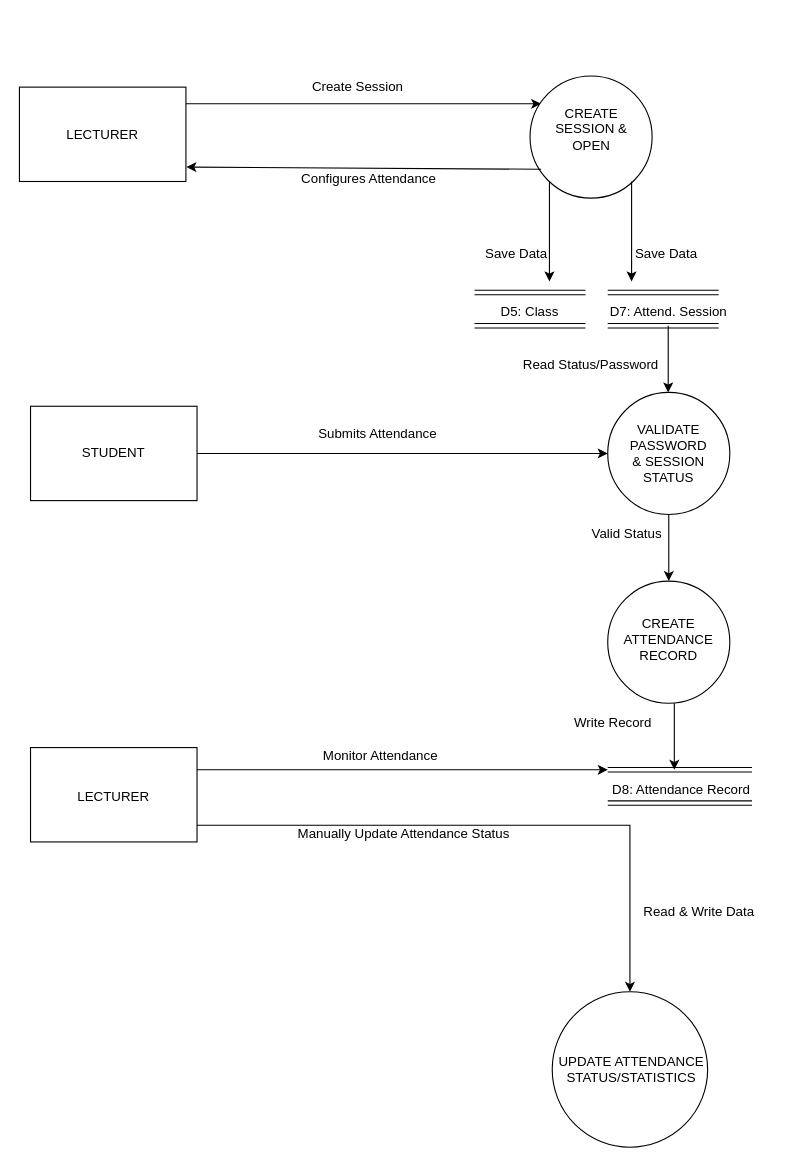
Earlier version of the draw.io diagram level1.drawio (Corn-2ki6/Student-Attendance-SYS). Source tidied: cells renumbered, new cells numbered last; positions are measured from the earlier drawing's top-left corner, leaving out a move shared by most shapes. Both pictures are drawn from the tidied source at 111%, with x=0, y=0 at pixel (19, 70).
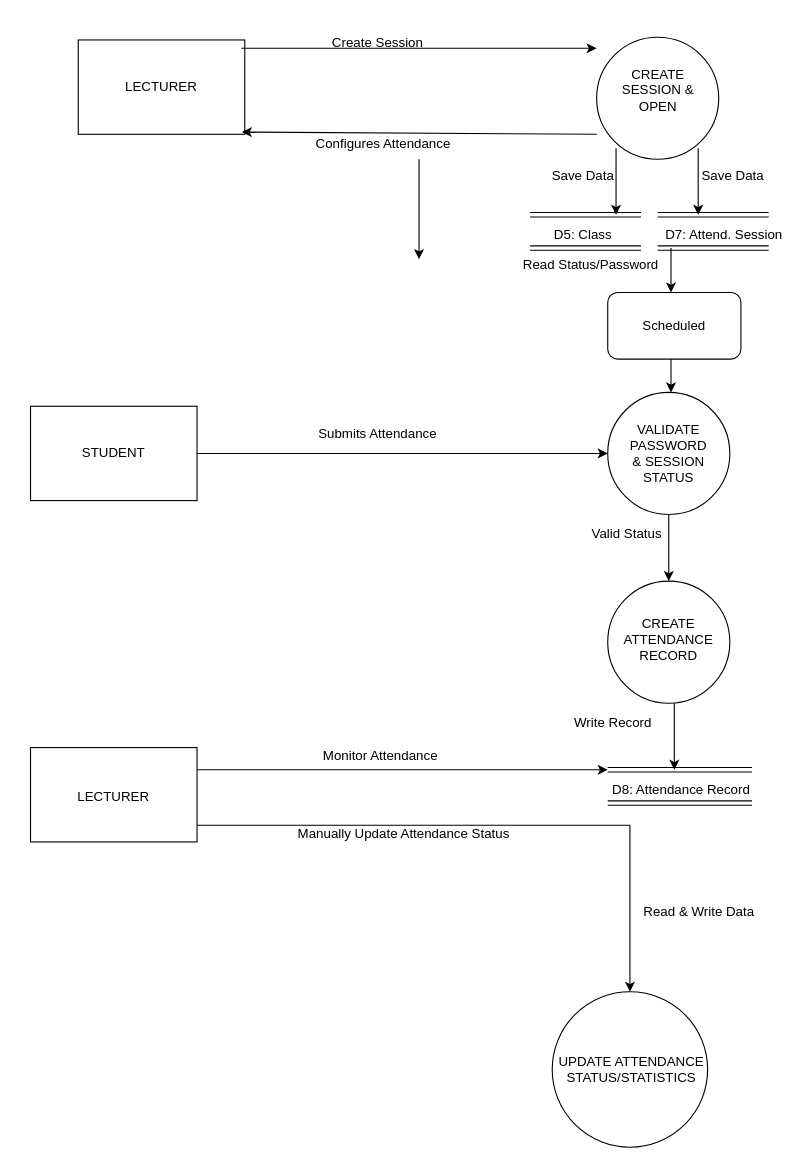
Above is the later version.

Commit message:
Cập nhật level1.drawio

What changed in the source:
```diff
@@
     <mxCell id="3" style="rounded=0;whiteSpace=wrap;html=1;" parent="1" vertex="1">
-      <mxGeometry y="15" width="150" height="85" as="geometry" />
+      <mxGeometry x="53" y="-27.5" width="150" height="85" as="geometry" />
     </mxCell>
     <mxCell id="4" value="LECTURER" style="text;html=1;whiteSpace=wrap;strokeColor=none;fillColor=none;align=center;verticalAlign=middle;rounded=0;" parent="1" vertex="1">
-      <mxGeometry x="45" y="42.5" width="60" height="30" as="geometry" />
+      <mxGeometry x="98" width="60" height="30" as="geometry" />
     </mxCell>
     <mxCell id="5" style="endArrow=classic;html=1;rounded=0;" parent="1" edge="1">
       <mxGeometry relative="1" as="geometry">
-        <mxPoint x="150" y="30" as="sourcePoint" />
-        <mxPoint x="470" y="30" as="targetPoint" />
+        <mxPoint x="200" y="-20" as="sourcePoint" />
+        <mxPoint x="520" y="-20" as="targetPoint" />
       </mxGeometry>
     </mxCell>
@@
     <mxCell id="7" value="&lt;br&gt; Create Session&lt;div&gt;&lt;br/&gt;&lt;/div&gt;" style="text;html=1;whiteSpace=wrap;strokeColor=none;fillColor=none;align=center;verticalAlign=middle;rounded=0;" parent="1" vertex="1">
-      <mxGeometry x="220" width="170" height="30" as="geometry" />
+      <mxGeometry x="238" y="-40" width="170" height="30" as="geometry" />
     </mxCell>
@@
     <mxCell id="9" style="ellipse;whiteSpace=wrap;html=1;shapeInside=1;" parent="1" vertex="1">
-      <mxGeometry x="460" y="5" width="110" height="110" as="geometry" />
+      <mxGeometry x="520" y="-30" width="110" height="110" as="geometry" />
     </mxCell>
-    <mxCell id="10" style="endArrow=classic;html=1;rounded=0;entryX=1.003;entryY=0.847;entryDx=0;entryDy=0;entryPerimeter=0;" parent="1" edge="1" target="3">
+    <mxCell id="10" style="endArrow=classic;html=1;rounded=0;entryX=1.003;entryY=0.847;entryDx=0;entryDy=0;entryPerimeter=0;" parent="1" edge="1">
       <mxGeometry relative="1" as="geometry">
-        <mxPoint x="470" y="89" as="sourcePoint" />
+        <mxPoint x="520" y="57.5" as="sourcePoint" />
+        <mxPoint x="200.4" y="55.5" as="targetPoint" />
       </mxGeometry>
     </mxCell>
     <mxCell id="11" value="&#10;Configures Attendance&#10;&#10;" style="text;html=1;whiteSpace=wrap;strokeColor=none;fillColor=none;align=center;verticalAlign=middle;rounded=0;" parent="1" vertex="1">
-      <mxGeometry x="240" y="90" width="150" height="30" as="geometry" />
+      <mxGeometry x="253" y="57.5" width="150" height="30" as="geometry" />
     </mxCell>
     <mxCell id="12" value="&#10;CREATE SESSION &amp;amp; OPEN&#10;&#10;" style="text;html=1;whiteSpace=wrap;strokeColor=none;fillColor=none;align=center;verticalAlign=middle;rounded=0;" parent="1" vertex="1">
-      <mxGeometry x="477.5" y="45" width="75" height="30" as="geometry" />
+      <mxGeometry x="537.5" y="10" width="75" height="30" as="geometry" />
     </mxCell>
     <mxCell id="13" style="endArrow=classic;html=1;rounded=0;exitX=0.5;exitY=1;exitDx=0;exitDy=0;" parent="1" edge="1">
       <mxGeometry relative="1" as="geometry">
-        <mxPoint x="477.5" y="100" as="sourcePoint" />
-        <mxPoint x="477.5" y="190" as="targetPoint" />
+        <mxPoint x="360" y="80" as="sourcePoint" />
+        <mxPoint x="360" y="170" as="targetPoint" />
       </mxGeometry>
     </mxCell>
-    <mxCell id="14" style="endArrow=classic;html=1;rounded=0;exitX=0.5;exitY=1;exitDx=0;exitDy=0;" parent="1" edge="1">
+    <mxCell id="14" style="endArrow=classic;html=1;rounded=0;" parent="1" edge="1">
       <mxGeometry relative="1" as="geometry">
-        <mxPoint x="551.5" y="100" as="sourcePoint" />
-        <mxPoint x="551.5" y="190" as="targetPoint" />
+        <mxPoint x="587" y="250" as="sourcePoint" />
+        <mxPoint x="587" y="290" as="targetPoint" />
       </mxGeometry>
     </mxCell>
     <mxCell id="15" style="shape=link;html=1;rounded=0;" parent="1" edge="1">
       <mxGeometry relative="1" as="geometry">
-        <mxPoint x="410" y="200" as="sourcePoint" />
-        <mxPoint x="510" y="200" as="targetPoint" />
+        <mxPoint x="460" y="130" as="sourcePoint" />
+        <mxPoint x="560" y="130" as="targetPoint" />
       </mxGeometry>
     </mxCell>
     <mxCell id="16" style="shape=link;html=1;rounded=0;" parent="1" edge="1">
       <mxGeometry relative="1" as="geometry">
-        <mxPoint x="530" y="200" as="sourcePoint" />
-        <mxPoint x="630" y="200" as="targetPoint" />
+        <mxPoint x="575" y="130" as="sourcePoint" />
+        <mxPoint x="675" y="130" as="targetPoint" />
       </mxGeometry>
     </mxCell>
     <mxCell id="17" style="shape=link;html=1;rounded=0;" parent="1" edge="1">
       <mxGeometry relative="1" as="geometry">
-        <mxPoint x="530" y="230" as="sourcePoint" />
-        <mxPoint x="630" y="230" as="targetPoint" />
+        <mxPoint x="575" y="160" as="sourcePoint" />
+        <mxPoint x="675" y="160" as="targetPoint" />
       </mxGeometry>
     </mxCell>
     <mxCell id="18" style="shape=link;html=1;rounded=0;" parent="1" edge="1">
       <mxGeometry relative="1" as="geometry">
-        <mxPoint x="410" y="230" as="sourcePoint" />
-        <mxPoint x="510" y="230" as="targetPoint" />
+        <mxPoint x="460" y="160" as="sourcePoint" />
+        <mxPoint x="560" y="160" as="targetPoint" />
       </mxGeometry>
     </mxCell>
     <mxCell id="19" value="&#10; D5: Class&#10;&#10;" style="text;html=1;whiteSpace=wrap;strokeColor=none;fillColor=none;align=center;verticalAlign=middle;rounded=0;" parent="1" vertex="1">
-      <mxGeometry x="430" y="210" width="60" height="30" as="geometry" />
+      <mxGeometry x="477.5" y="140" width="60" height="30" as="geometry" />
     </mxCell>
     <mxCell id="20" value="&#10;D7: Attend. Session&#10;&#10;" style="text;html=1;whiteSpace=wrap;strokeColor=none;fillColor=none;align=center;verticalAlign=middle;rounded=0;" parent="1" vertex="1">
-      <mxGeometry x="530" y="210" width="110" height="30" as="geometry" />
+      <mxGeometry x="580" y="140" width="110" height="30" as="geometry" />
     </mxCell>
     <mxCell id="21" value="Save Data" style="text;html=1;whiteSpace=wrap;strokeColor=none;fillColor=none;align=center;verticalAlign=middle;rounded=0;" parent="1" vertex="1">
-      <mxGeometry x="417.5" y="150" width="60" height="30" as="geometry" />
+      <mxGeometry x="477.5" y="80" width="60" height="30" as="geometry" />
     </mxCell>
     <mxCell id="22" value="Save Data" style="text;html=1;whiteSpace=wrap;strokeColor=none;fillColor=none;align=center;verticalAlign=middle;rounded=0;" parent="1" vertex="1">
-      <mxGeometry x="552.5" y="150" width="60" height="30" as="geometry" />
+      <mxGeometry x="612.5" y="80" width="60" height="30" as="geometry" />
     </mxCell>
-    <mxCell id="23" style="endArrow=classic;html=1;rounded=0;exitX=0.5;exitY=1;exitDx=0;exitDy=0;" parent="1" edge="1">
-      <mxGeometry relative="1" as="geometry">
-        <mxPoint x="584.5" y="230" as="sourcePoint" />
-        <mxPoint x="584.5" y="290" as="targetPoint" />
-        <Array as="points">
-          <mxPoint x="584.5" y="250" />
-        </Array>
-      </mxGeometry>
-    </mxCell>
@@
     <mxCell id="25" value="Read Status/Password" style="text;html=1;whiteSpace=wrap;strokeColor=none;fillColor=none;align=center;verticalAlign=middle;rounded=0;" parent="1" vertex="1">
-      <mxGeometry x="440" y="250" width="150" height="30" as="geometry" />
+      <mxGeometry x="440" y="160" width="150" height="30" as="geometry" />
     </mxCell>
@@
+    <mxCell id="46" style="endArrow=classic;html=1;rounded=0;" parent="1" edge="1">
+      <mxGeometry relative="1" as="geometry">
+        <mxPoint x="537.5" y="70" as="sourcePoint" />
+        <mxPoint x="537.5" y="130" as="targetPoint" />
+      </mxGeometry>
+    </mxCell>
+    <mxCell id="47" style="endArrow=classic;html=1;rounded=0;" parent="1" edge="1">
+      <mxGeometry relative="1" as="geometry">
+        <mxPoint x="611.5" y="70" as="sourcePoint" />
+        <mxPoint x="611.5" y="130" as="targetPoint" />
+      </mxGeometry>
+    </mxCell>
+    <mxCell id="48" style="endArrow=classic;html=1;rounded=0;" parent="1" edge="1">
+      <mxGeometry relative="1" as="geometry">
+        <mxPoint x="587" y="160" as="sourcePoint" />
+        <mxPoint x="587" y="200" as="targetPoint" />
+      </mxGeometry>
+    </mxCell>
+    <mxCell id="49" style="rounded=1;whiteSpace=wrap;html=1;" parent="1" vertex="1">
+      <mxGeometry x="530" y="200" width="120" height="60" as="geometry" />
+    </mxCell>
+    <mxCell id="50" value="Scheduled" style="text;html=1;whiteSpace=wrap;strokeColor=none;fillColor=none;align=center;verticalAlign=middle;rounded=0;" parent="1" vertex="1">
+      <mxGeometry x="560" y="215" width="60" height="30" as="geometry" />
+    </mxCell>
```
